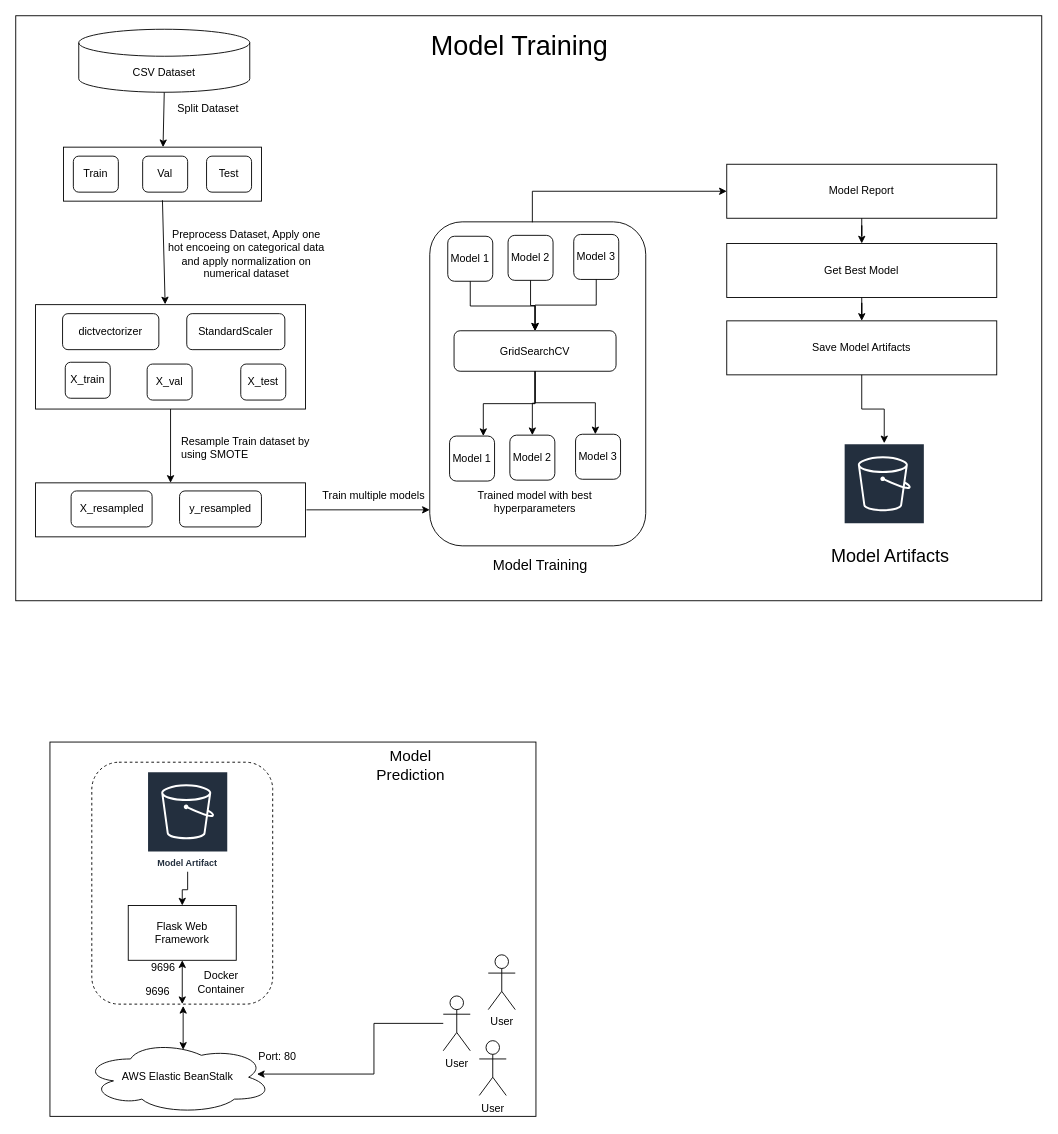
The draw.io diagram images/bank-term-prediction.drawio in DineshChopra/ml-zoomcamp, before the edit. Source tidied: cells renumbered, new cells numbered last; positions are measured from the earlier drawing's top-left corner, leaving out a move shared by most shapes. Both pictures are drawn from the tidied source at 90%, with x=0, y=0 at pixel (15, 15).
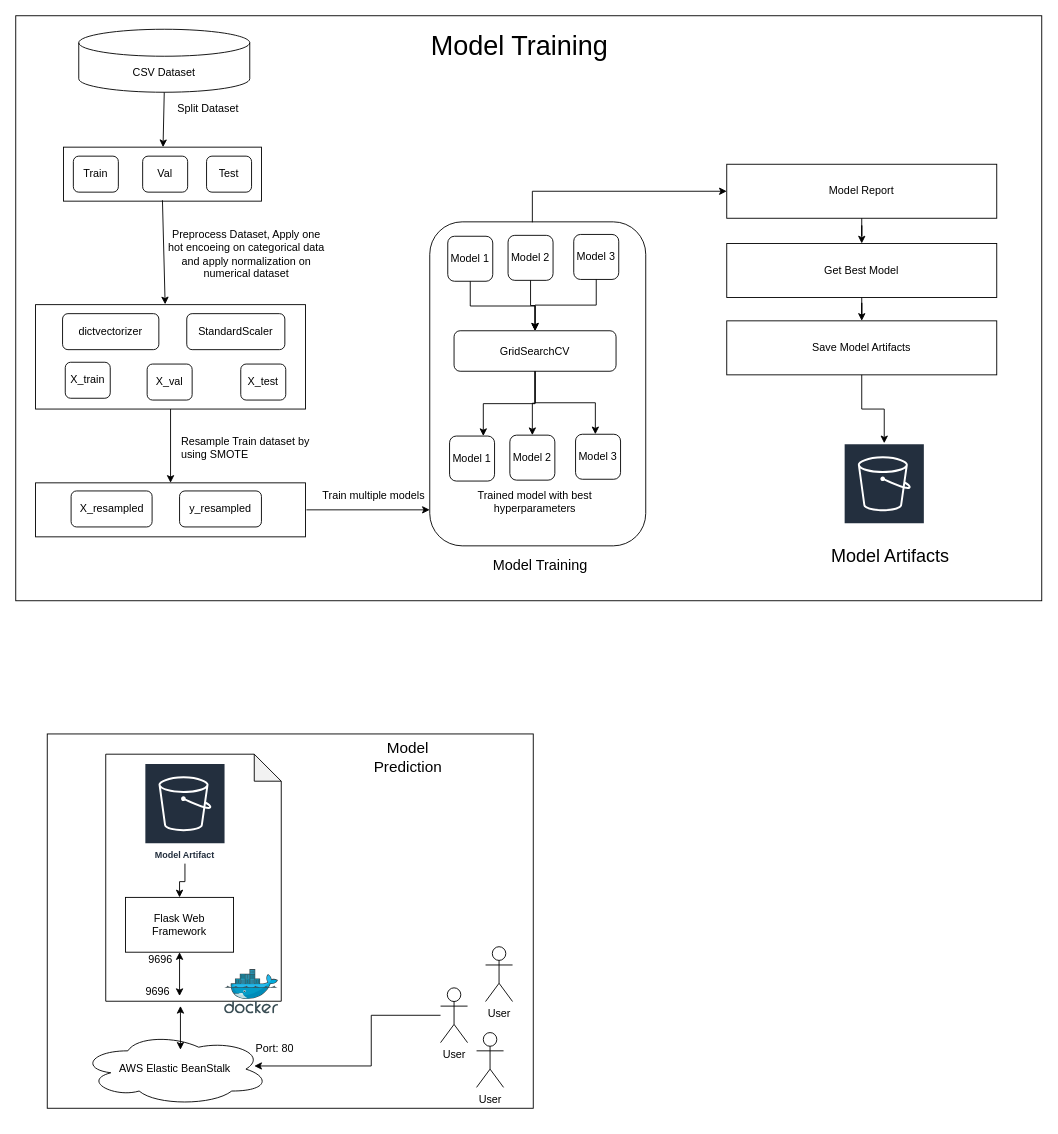
After the change.

The change refers to these unchanged cells:
```xml
<mxCell id="7" value="Flask Web Framework" style="rounded=0;whiteSpace=wrap;html=1;" parent="3" vertex="1">
  <mxGeometry x="87" y="184.6" width="120" height="60.9" as="geometry" />
</mxCell>
```

Change to the diagram source:
```diff
@@
     <mxCell id="2" style="group;" parent="1" vertex="1">
-      <mxGeometry x="38" y="804" width="540" height="421" as="geometry" />
+      <mxGeometry x="35" y="804" width="540" height="421" as="geometry" />
     </mxCell>
     <mxCell id="3" style="group;" parent="2" vertex="1">
-      <mxGeometry width="540" height="421" as="geometry" />
+      <mxGeometry y="-9" width="540" height="421" as="geometry" />
     </mxCell>
@@
-    <mxCell id="5" style="rounded=1;whiteSpace=wrap;html=1;dashed=1;" parent="3" vertex="1">
-      <mxGeometry x="46.5" y="25.4" width="201" height="268.8" as="geometry" />
-    </mxCell>
+    <mxCell id="70" style="shape=note;whiteSpace=wrap;html=1;backgroundOutline=1;darkOpacity=0.05;" parent="3" vertex="1">
+      <mxGeometry x="65" y="25.5" width="195" height="274.5" as="geometry" />
+    </mxCell>
@@
-    <mxCell id="10" style="endArrow=classic;startArrow=classic;html=1;rounded=0;entryX=0.5;entryY=1;entryDx=0;entryDy=0;exitX=0.5;exitY=1;exitDx=0;exitDy=0;" parent="3" edge="1" source="5" target="7">
-      <mxGeometry relative="1" as="geometry" />
+    <mxCell id="10" style="endArrow=classic;startArrow=classic;html=1;rounded=0;entryX=0.5;entryY=1;entryDx=0;entryDy=0;exitX=0.5;exitY=1;exitDx=0;exitDy=0;" parent="3" edge="1" target="7">
+      <mxGeometry relative="1" as="geometry">
+        <mxPoint x="147" y="294.2" as="sourcePoint" />
+      </mxGeometry>
     </mxCell>
-    <mxCell id="11" value="Docker &lt;br&gt;Container" style="text;html=1;strokeColor=none;fillColor=none;align=center;verticalAlign=middle;whiteSpace=wrap;rounded=0;" parent="3" vertex="1">
-      <mxGeometry x="154" y="254.6" width="73" height="30.4" as="geometry" />
-    </mxCell>
@@
+    <mxCell id="71" style="image;sketch=0;html=1;align=center;fontSize=12;image=img/lib/mscae/Docker.svg;" parent="3" vertex="1">
+      <mxGeometry x="197" y="264.8" width="60" height="49.2" as="geometry" />
+    </mxCell>
```
